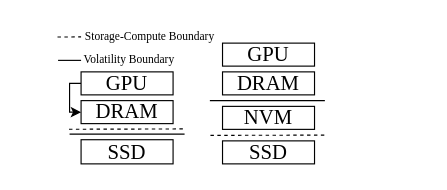
This is fig/archi_mot_a.drawio from icszhr/NCheck, a draw.io file, before an edit. Source tidied: cells renumbered, new cells numbered last; positions are measured from the earlier drawing's top-left corner, leaving out a move shared by most shapes. Both pictures are drawn from the tidied source at 115%, with x=0, y=0 at pixel (57, 24).
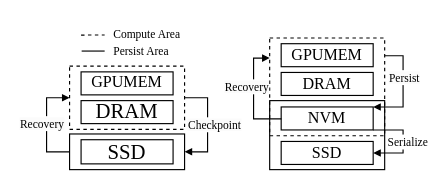
Above is the later version.

The change refers to these unchanged cells:
```xml
<mxCell id="4" value="&lt;font face=&quot;Times New Roman&quot; style=&quot;font-size: 18px;&quot;&gt;DRAM&lt;/font&gt;" style="rounded=0;whiteSpace=wrap;html=1;strokeColor=default;align=center;verticalAlign=middle;fontFamily=Helvetica;fontSize=12;fontColor=default;fillColor=default;" parent="1" vertex="1">
  <mxGeometry x="20" y="66" width="80" height="20" as="geometry" />
</mxCell>
```

The edit, as a diff of the source:
```diff
@@
-    <mxCell id="2" style="edgeStyle=orthogonalEdgeStyle;rounded=0;jettySize=auto;html=1;entryX=0;entryY=0.5;entryDx=0;entryDy=0;exitX=0;exitY=0.5;exitDx=0;exitDy=0;" parent="1" edge="1" source="3" target="4">
-      <mxGeometry relative="1" as="geometry">
-        <Array as="points">
-          <mxPoint x="10" y="51" />
-          <mxPoint x="10" y="76" />
-        </Array>
-      </mxGeometry>
-    </mxCell>
+    <mxCell id="18" style="rounded=0;whiteSpace=wrap;html=1;fillColor=none;" parent="1" vertex="1">
+      <mxGeometry x="184" y="66" width="100" height="60" as="geometry" />
+    </mxCell>
+    <mxCell id="19" style="rounded=0;whiteSpace=wrap;html=1;fillColor=none;dashed=1;" parent="1" vertex="1">
+      <mxGeometry x="184" y="11.5" width="100" height="85" as="geometry" />
+    </mxCell>
+    <mxCell id="20" style="rounded=0;whiteSpace=wrap;html=1;fillColor=none;dashed=1;" parent="1" vertex="1">
+      <mxGeometry x="10" y="36" width="100" height="55" as="geometry" />
+    </mxCell>
-    <mxCell id="3" value="&lt;font style=&quot;font-size: 18px;&quot; face=&quot;Times New Roman&quot;&gt;GPU&lt;/font&gt;" style="rounded=0;whiteSpace=wrap;html=1;" parent="1" vertex="1">
+    <mxCell id="3" value="&lt;font style=&quot;font-size: 14px;&quot; face=&quot;Times New Roman&quot;&gt;GPUMEM&lt;/font&gt;" style="rounded=0;whiteSpace=wrap;html=1;" parent="1" vertex="1">
       <mxGeometry x="20" y="41" width="80" height="20" as="geometry" />
     </mxCell>
@@
-    <mxCell id="5" style="endArrow=none;html=1;rounded=0;" parent="1" edge="1">
-      <mxGeometry relative="1" as="geometry">
-        <mxPoint x="10" y="95.1" as="sourcePoint" />
-        <mxPoint x="110" y="95.1" as="targetPoint" />
-      </mxGeometry>
-    </mxCell>
@@
-    <mxCell id="7" style="endArrow=none;html=1;rounded=0;dashed=1;" parent="1" edge="1">
-      <mxGeometry relative="1" as="geometry">
-        <mxPoint x="9.5" y="90.9" as="sourcePoint" />
-        <mxPoint x="110.5" y="90.6" as="targetPoint" />
-      </mxGeometry>
-    </mxCell>
     <mxCell id="8" style="endArrow=none;html=1;rounded=0;dashed=1;" parent="1" edge="1">
       <mxGeometry relative="1" as="geometry">
-        <mxPoint x="-0.5" y="10.7" as="sourcePoint" />
-        <mxPoint x="20" y="10.6" as="targetPoint" />
+        <mxPoint x="20" y="9" as="sourcePoint" />
+        <mxPoint x="40.5" y="8.9" as="targetPoint" />
       </mxGeometry>
     </mxCell>
-    <mxCell id="9" value="&lt;font style=&quot;font-size: 10px;&quot; face=&quot;Times New Roman&quot;&gt;Storage-Compute Boundary&lt;/font&gt;" style="text;html=1;align=center;verticalAlign=bottom;whiteSpace=wrap;rounded=0;fontSize=16;" parent="1" vertex="1">
-      <mxGeometry x="20" y="-0.1" width="120" height="20" as="geometry" />
+    <mxCell id="9" value="&lt;font style=&quot;font-size: 10px;&quot; face=&quot;Times New Roman&quot;&gt;Compute Area&lt;/font&gt;" style="text;html=1;align=center;verticalAlign=bottom;whiteSpace=wrap;rounded=0;fontSize=16;" parent="1" vertex="1">
+      <mxGeometry x="41.5" y="-2" width="70.5" height="20" as="geometry" />
     </mxCell>
     <mxCell id="10" style="endArrow=none;html=1;rounded=0;" parent="1" edge="1">
       <mxGeometry relative="1" as="geometry">
-        <mxPoint y="31" as="sourcePoint" />
-        <mxPoint x="20" y="31" as="targetPoint" />
+        <mxPoint x="20.5" y="22.9" as="sourcePoint" />
+        <mxPoint x="40.5" y="22.9" as="targetPoint" />
       </mxGeometry>
     </mxCell>
-    <mxCell id="11" value="&lt;font style=&quot;font-size: 10px;&quot; face=&quot;Times New Roman&quot;&gt;Volatility Boundary&lt;/font&gt;" style="text;html=1;align=center;verticalAlign=bottom;whiteSpace=wrap;rounded=0;fontSize=16;" parent="1" vertex="1">
-      <mxGeometry x="2" y="19.9" width="120" height="20" as="geometry" />
+    <mxCell id="11" value="&lt;font style=&quot;font-size: 10px;&quot; face=&quot;Times New Roman&quot;&gt;Persist Area&lt;/font&gt;" style="text;html=1;align=center;verticalAlign=bottom;whiteSpace=wrap;rounded=0;fontSize=16;" parent="1" vertex="1">
+      <mxGeometry x="41.5" y="13" width="60.5" height="20" as="geometry" />
     </mxCell>
-    <mxCell id="12" value="&lt;font style=&quot;font-size: 18px;&quot; face=&quot;Times New Roman&quot;&gt;GPU&lt;/font&gt;" style="rounded=0;whiteSpace=wrap;html=1;" parent="1" vertex="1">
-      <mxGeometry x="143" y="16" width="80" height="20" as="geometry" />
+    <mxCell id="12" value="&lt;font style=&quot;font-size: 14px;&quot; face=&quot;Times New Roman&quot;&gt;GPUMEM&lt;/font&gt;" style="rounded=0;whiteSpace=wrap;html=1;" parent="1" vertex="1">
+      <mxGeometry x="194" y="16.5" width="80" height="20" as="geometry" />
     </mxCell>
-    <mxCell id="13" value="&lt;font face=&quot;Times New Roman&quot; style=&quot;font-size: 18px;&quot;&gt;DRAM&lt;/font&gt;" style="rounded=0;whiteSpace=wrap;html=1;strokeColor=default;align=center;verticalAlign=middle;fontFamily=Helvetica;fontSize=12;fontColor=default;fillColor=default;" parent="1" vertex="1">
-      <mxGeometry x="143" y="41" width="80" height="20" as="geometry" />
+    <mxCell id="13" value="&lt;font face=&quot;Times New Roman&quot; style=&quot;font-size: 14px;&quot;&gt;DRAM&lt;/font&gt;" style="rounded=0;whiteSpace=wrap;html=1;strokeColor=default;align=center;verticalAlign=middle;fontFamily=Helvetica;fontSize=12;fontColor=default;fillColor=default;" parent="1" vertex="1">
+      <mxGeometry x="194" y="41.5" width="80" height="20" as="geometry" />
     </mxCell>
-    <mxCell id="14" value="&lt;font style=&quot;font-size: 18px;&quot; face=&quot;Times New Roman&quot;&gt;SSD&lt;/font&gt;" style="rounded=0;whiteSpace=wrap;html=1;" parent="1" vertex="1">
-      <mxGeometry x="143" y="101" width="80" height="20" as="geometry" />
+    <mxCell id="14" value="&lt;font style=&quot;font-size: 14px;&quot; face=&quot;Times New Roman&quot;&gt;SSD&lt;/font&gt;" style="rounded=0;whiteSpace=wrap;html=1;" parent="1" vertex="1">
+      <mxGeometry x="194" y="101.5" width="80" height="20" as="geometry" />
     </mxCell>
-    <mxCell id="15" style="endArrow=none;html=1;rounded=0;dashed=1;" parent="1" edge="1">
-      <mxGeometry relative="1" as="geometry">
-        <mxPoint x="132.5" y="96.2" as="sourcePoint" />
-        <mxPoint x="233.5" y="96" as="targetPoint" />
-      </mxGeometry>
-    </mxCell>
+    <mxCell id="21" style="edgeStyle=orthogonalEdgeStyle;rounded=0;jettySize=auto;html=1;entryX=1;entryY=0.5;entryDx=0;entryDy=0;exitX=1;exitY=1;exitDx=0;exitDy=0;endSize=4;endArrow=block;endFill=1;" parent="1" edge="1" source="16" target="14">
+      <mxGeometry relative="1" as="geometry">
+        <Array as="points">
+          <mxPoint x="300" y="92" />
+          <mxPoint x="300" y="112" />
+        </Array>
+      </mxGeometry>
+    </mxCell>
-    <mxCell id="16" value="&lt;font style=&quot;font-size: 18px;&quot; face=&quot;Times New Roman&quot;&gt;NVM&lt;/font&gt;" style="rounded=0;whiteSpace=wrap;html=1;" parent="1" vertex="1">
-      <mxGeometry x="143" y="71" width="80" height="20" as="geometry" />
+    <mxCell id="16" value="&lt;font style=&quot;font-size: 14px;&quot; face=&quot;Times New Roman&quot;&gt;NVM&lt;/font&gt;" style="rounded=0;whiteSpace=wrap;html=1;" parent="1" vertex="1">
+      <mxGeometry x="194" y="71.5" width="80" height="20" as="geometry" />
     </mxCell>
-    <mxCell id="17" style="endArrow=none;html=1;rounded=0;" parent="1" edge="1">
-      <mxGeometry relative="1" as="geometry">
-        <mxPoint x="132" y="66" as="sourcePoint" />
-        <mxPoint x="232" y="66" as="targetPoint" />
-      </mxGeometry>
-    </mxCell>
+    <mxCell id="22" style="endArrow=none;html=1;rounded=0;endSize=6;endFill=0;exitX=0;exitY=0.5;exitDx=0;exitDy=0;edgeStyle=orthogonalEdgeStyle;entryX=0;entryY=0.5;entryDx=0;entryDy=0;startSize=4;startArrow=block;startFill=1;" parent="1" edge="1" source="20" target="26">
+      <mxGeometry relative="1" as="geometry">
+        <Array as="points">
+          <mxPoint x="-10" y="64" />
+          <mxPoint x="-10" y="111" />
+        </Array>
+      </mxGeometry>
+    </mxCell>
+    <mxCell id="23" value="&lt;span style=&quot;font-family: &amp;quot;Times New Roman&amp;quot;; font-size: 10px; text-wrap: wrap; background-color: rgb(251, 251, 251);&quot;&gt;Recovery&lt;/span&gt;" style="edgeLabel;html=1;align=center;verticalAlign=middle;" parent="22" vertex="1">
+      <mxGeometry x="-0.04" relative="1" as="geometry">
+        <mxPoint x="-5" as="offset" />
+      </mxGeometry>
+    </mxCell>
+    <mxCell id="24" style="edgeStyle=orthogonalEdgeStyle;rounded=0;jettySize=auto;html=1;entryX=1;entryY=0.5;entryDx=0;entryDy=0;exitX=1;exitY=0.5;exitDx=0;exitDy=0;startSize=4;endSize=4;endArrow=none;endFill=0;startArrow=block;startFill=1;" parent="1" edge="1" source="26" target="20">
+      <mxGeometry relative="1" as="geometry">
+        <Array as="points">
+          <mxPoint x="130" y="111" />
+          <mxPoint x="130" y="64" />
+        </Array>
+      </mxGeometry>
+    </mxCell>
+    <mxCell id="25" value="&lt;span style=&quot;font-family: &amp;quot;Times New Roman&amp;quot;; font-size: 10px; text-wrap: wrap; background-color: rgb(251, 251, 251);&quot;&gt;Checkpoint&lt;/span&gt;" style="edgeLabel;html=1;align=center;verticalAlign=middle;" parent="24" vertex="1">
+      <mxGeometry x="-0.13" y="1" relative="1" as="geometry">
+        <mxPoint x="6" y="-6" as="offset" />
+      </mxGeometry>
+    </mxCell>
+    <mxCell id="26" style="rounded=0;whiteSpace=wrap;html=1;fillColor=none;" parent="1" vertex="1">
+      <mxGeometry x="10" y="95" width="100" height="31" as="geometry" />
+    </mxCell>
+    <mxCell id="27" style="edgeStyle=orthogonalEdgeStyle;rounded=0;orthogonalLoop=1;jettySize=auto;html=1;entryX=1;entryY=0.5;entryDx=0;entryDy=0;exitX=0.003;exitY=0.62;exitDx=0;exitDy=0;startSize=6;endSize=4;endArrow=block;endFill=1;exitPerimeter=0;" parent="1" edge="1">
+      <mxGeometry relative="1" as="geometry">
+        <mxPoint x="194.2" y="81.9" as="sourcePoint" />
+        <mxPoint x="184" y="29" as="targetPoint" />
+        <Array as="points">
+          <mxPoint x="170" y="82" />
+          <mxPoint x="170" y="29" />
+        </Array>
+      </mxGeometry>
+    </mxCell>
+    <mxCell id="28" value="&lt;span style=&quot;font-family: &amp;quot;Times New Roman&amp;quot;; font-size: 10px; text-wrap: wrap; background-color: rgb(251, 251, 251);&quot;&gt;Recovery&lt;/span&gt;" style="edgeLabel;html=1;align=center;verticalAlign=middle;" parent="27" vertex="1">
+      <mxGeometry x="-0.13" y="1" relative="1" as="geometry">
+        <mxPoint x="-6" y="-13" as="offset" />
+      </mxGeometry>
+    </mxCell>
+    <mxCell id="29" style="edgeStyle=orthogonalEdgeStyle;rounded=0;jettySize=auto;html=1;entryX=1;entryY=0.5;entryDx=0;entryDy=0;startSize=4;endSize=4;endArrow=none;endFill=0;startArrow=block;startFill=1;exitX=1;exitY=0;exitDx=0;exitDy=0;" parent="1" edge="1" source="16">
+      <mxGeometry relative="1" as="geometry">
+        <mxPoint x="284" y="27" as="targetPoint" />
+        <Array as="points">
+          <mxPoint x="300" y="71" />
+          <mxPoint x="300" y="27" />
+        </Array>
+      </mxGeometry>
+    </mxCell>
+    <mxCell id="30" value="&lt;span style=&quot;font-family: &amp;quot;Times New Roman&amp;quot;; font-size: 10px; text-wrap: wrap; background-color: rgb(251, 251, 251);&quot;&gt;Persist&lt;/span&gt;" style="edgeLabel;html=1;align=center;verticalAlign=middle;" parent="29" vertex="1">
+      <mxGeometry x="-0.13" y="1" relative="1" as="geometry">
+        <mxPoint x="1" y="-14" as="offset" />
+      </mxGeometry>
+    </mxCell>
+    <mxCell id="31" value="&lt;font face=&quot;Times New Roman&quot;&gt;&lt;span style=&quot;font-size: 10px; text-wrap: wrap;&quot;&gt;Serialize&lt;/span&gt;&lt;/font&gt;" style="edgeLabel;html=1;align=center;verticalAlign=middle;" parent="1" vertex="1">
+      <mxGeometry x="305" y="101.5" as="geometry">
+        <mxPoint x="-2" as="offset" />
+      </mxGeometry>
+    </mxCell>
```
